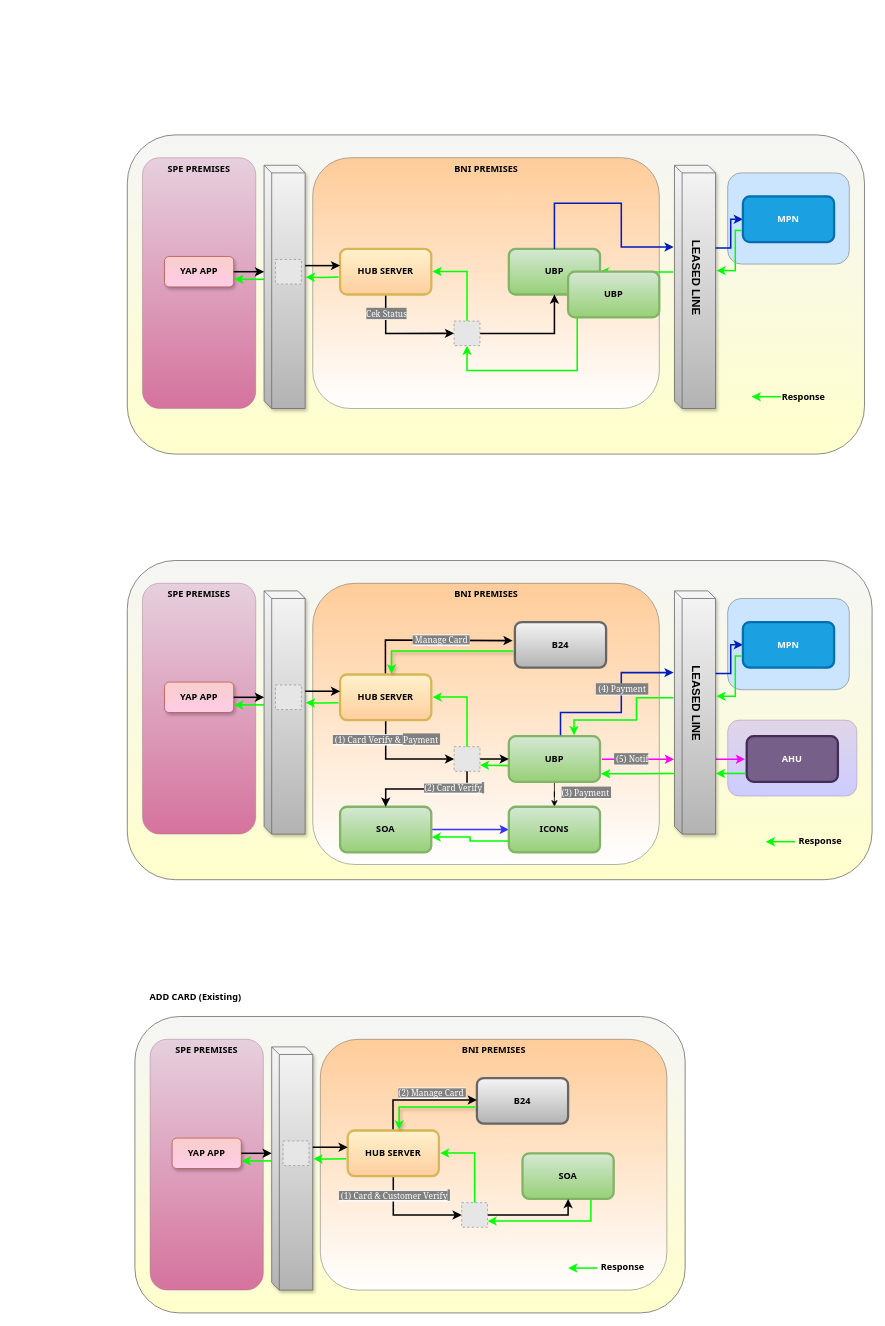
This is page "Page-6" (6 of 6) of Untitled Diagram.drawio from Karindash/Notes, a draw.io file, before an edit. Source tidied: cells renumbered, new cells numbered last; positions are measured from the earlier drawing's top-left corner, leaving out a move shared by most shapes. Both pictures are drawn from the tidied source at 76%, with x=0, y=0 at pixel (13, 13). Pictures stored in the file or linked from it are replaced by grey dashed boxes.
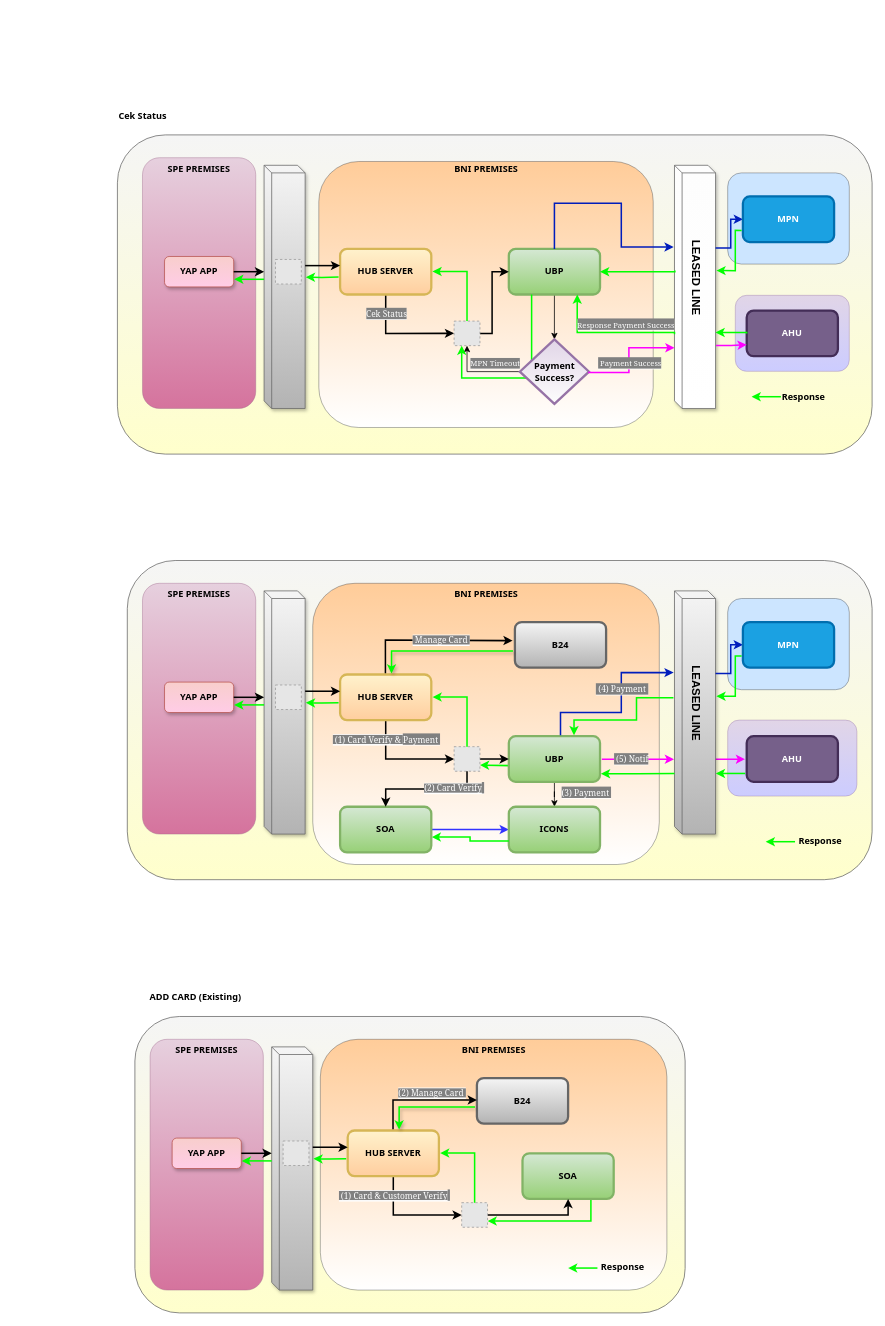
The same diagram, later.

Commit message:
update cek status

Unchanged cells that the change refers to:
```xml
<mxCell id="17" value="&lt;b&gt;&lt;font face=&quot;Tahoma&quot;&gt;UBP&lt;/font&gt;&lt;/b&gt;" style="rounded=1;whiteSpace=wrap;html=1;fillColor=#d5e8d4;gradientColor=#97d077;strokeColor=#82b366;strokeWidth=3;" parent="1" vertex="1">
  <mxGeometry x="652" y="310" width="120" height="60" as="geometry" />
</mxCell>
<mxCell id="20" style="fillColor=#E6E6E6;strokeColor=#999999;dashed=1;verticalLabelPosition=bottom;labelBackgroundColor=#f5f5f5;verticalAlign=top;" parent="1" vertex="1">
  <mxGeometry x="580" y="405" width="34" height="32.3" as="geometry" />
</mxCell>
```

Change to the diagram source:
```diff
@@
     <mxCell id="2" style="rounded=1;whiteSpace=wrap;html=1;fillColor=#f5f5f5;gradientColor=#FFFFCC;strokeColor=#666666;" parent="1" vertex="1">
-      <mxGeometry x="150" y="160" width="970" height="420" as="geometry" />
+      <mxGeometry x="137" y="160" width="993" height="420" as="geometry" />
     </mxCell>
@@
     <mxCell id="4" style="rounded=1;fillColor=#ffcc99;strokeColor=#36393d;strokeWidth=0.5;gradientColor=#FFFFFF;" parent="1" vertex="1">
-      <mxGeometry x="394" y="190" width="456" height="330" as="geometry" />
+      <mxGeometry x="402" y="195" width="440" height="350" as="geometry" />
     </mxCell>
-    <mxCell id="5" style="edgeStyle=orthogonalEdgeStyle;rounded=0;jettySize=auto;html=1;entryX=0.5;entryY=1;entryDx=0;entryDy=0;exitX=0.75;exitY=1;exitDx=0;exitDy=0;strokeWidth=2;strokeColor=#00FF00;" parent="1" edge="1" source="17" target="20">
-      <mxGeometry x="-0.11" relative="1" as="geometry">
-        <Array as="points">
-          <mxPoint x="742" y="470" />
-          <mxPoint x="597" y="470" />
-        </Array>
-      </mxGeometry>
-    </mxCell>
@@
+    <mxCell id="113" style="edgeStyle=orthogonalEdgeStyle;rounded=0;jettySize=auto;html=1;exitX=0.5;exitY=1;exitDx=0;exitDy=0;defaultLabelBackgroundColor=page;" parent="1" edge="1" source="17" target="116">
+      <mxGeometry relative="1" as="geometry" />
+    </mxCell>
@@
     <mxCell id="19" style="edgeStyle=orthogonalEdgeStyle;rounded=0;jettySize=auto;html=1;strokeWidth=2;" parent="1" edge="1" source="20" target="17">
-      <mxGeometry relative="1" as="geometry" />
+      <mxGeometry relative="1" as="geometry">
+        <Array as="points">
+          <mxPoint x="630" y="421.2" />
+          <mxPoint x="630" y="340" />
+        </Array>
+      </mxGeometry>
     </mxCell>
@@
-    <mxCell id="22" style="shape=cube;size=10;whiteSpace=wrap;strokeWidth=1;perimeterSpacing=0;shadow=1;fillColor=#f5f5f5;gradientColor=#b3b3b3;strokeColor=#666666;" parent="1" vertex="1">
+    <mxCell id="22" style="shape=cube;size=10;whiteSpace=wrap;strokeWidth=1;perimeterSpacing=0;shadow=1;fillColor=default;gradientColor=#FDFDFD;strokeColor=#666666;gradientDirection=north;" parent="1" vertex="1">
       <mxGeometry x="870" y="200" width="54" height="320" as="geometry" />
     </mxCell>
@@
-    <mxCell id="27" style="edgeStyle=orthogonalEdgeStyle;rounded=0;jettySize=auto;html=1;exitX=-0.026;exitY=0.439;exitDx=0;exitDy=0;exitPerimeter=0;strokeWidth=2;strokeColor=#00FF00;entryX=1;entryY=0.5;entryDx=0;entryDy=0;" parent="1" edge="1" source="22" target="17">
-      <mxGeometry x="-0.2" relative="1" as="geometry" />
-    </mxCell>
@@
-    <mxCell id="112" value="&lt;b&gt;&lt;font face=&quot;Tahoma&quot;&gt;UBP&lt;/font&gt;&lt;/b&gt;" style="rounded=1;whiteSpace=wrap;html=1;fillColor=#d5e8d4;gradientColor=#97d077;strokeColor=#82b366;strokeWidth=3;" parent="1" vertex="1">
-      <mxGeometry x="730" y="340" width="120" height="60" as="geometry" />
-    </mxCell>
+    <mxCell id="114" style="edgeStyle=orthogonalEdgeStyle;rounded=0;jettySize=auto;html=1;exitX=0;exitY=0.5;exitDx=0;exitDy=0;entryX=0.5;entryY=1;entryDx=0;entryDy=0;defaultLabelBackgroundColor=page;" parent="1" edge="1" source="116" target="20">
+      <mxGeometry relative="1" as="geometry" />
+    </mxCell>
+    <mxCell id="115" style="edgeStyle=orthogonalEdgeStyle;rounded=0;jettySize=auto;html=1;entryX=0.75;entryY=1;entryDx=0;entryDy=0;strokeWidth=2;strokeColor=#00FF00;exitX=0.25;exitY=1;exitDx=0;exitDy=0;" parent="1" edge="1" source="17">
+      <mxGeometry x="-0.84" relative="1" as="geometry">
+        <mxPoint x="590" y="437.3" as="targetPoint" />
+        <Array as="points">
+          <mxPoint x="682" y="480" />
+          <mxPoint x="590" y="480" />
+        </Array>
+      </mxGeometry>
+    </mxCell>
+    <mxCell id="116" value="&lt;b&gt;&lt;font face=&quot;Tahoma&quot;&gt;Payment&lt;/font&gt;&lt;/b&gt;&lt;div&gt;&lt;b&gt;&lt;font face=&quot;Tahoma&quot;&gt;Success?&lt;/font&gt;&lt;/b&gt;&lt;/div&gt;" style="rhombus;whiteSpace=wrap;html=1;shapeInside=1;fillColor=#e1d5e7;strokeColor=#9673a6;strokeWidth=3;gradientColor=#FDFDFD;" parent="1" vertex="1">
+      <mxGeometry x="666.5" y="429" width="91" height="85" as="geometry" />
+    </mxCell>
+    <mxCell id="117" style="edgeStyle=orthogonalEdgeStyle;rounded=0;jettySize=auto;html=1;entryX=1;entryY=0.5;entryDx=0;entryDy=0;strokeWidth=2;strokeColor=#00FF00;exitX=0.009;exitY=0.433;exitDx=0;exitDy=0;exitPerimeter=0;" parent="1" edge="1" source="22" target="17">
+      <mxGeometry x="-0.68" relative="1" as="geometry">
+        <Array as="points">
+          <mxPoint x="870.5" y="340" />
+        </Array>
+      </mxGeometry>
+    </mxCell>
+    <mxCell id="118" style="rounded=1;strokeWidth=0.5;fillColor=#e1d5e7;strokeColor=#9673a6;gradientColor=#CCCCFF;" parent="1" vertex="1">
+      <mxGeometry x="950" y="371.1" width="150" height="100" as="geometry" />
+    </mxCell>
+    <mxCell id="119" value="&lt;b&gt;&lt;font face=&quot;Tahoma&quot;&gt;AHU&lt;/font&gt;&lt;/b&gt;" style="rounded=1;whiteSpace=wrap;html=1;fillColor=#76608a;strokeColor=#432D57;strokeWidth=3;fontColor=#ffffff;" parent="1" vertex="1">
+      <mxGeometry x="965" y="391.2" width="120" height="60" as="geometry" />
+    </mxCell>
+    <mxCell id="120" style="edgeStyle=orthogonalEdgeStyle;rounded=0;jettySize=auto;html=1;exitX=1;exitY=0.5;exitDx=0;exitDy=0;strokeWidth=2;strokeColor=#FF00FF;" parent="1" edge="1" source="116" target="22">
+      <mxGeometry x="-0.14" relative="1" as="geometry">
+        <Array as="points">
+          <mxPoint x="757.5" y="472.5" />
+          <mxPoint x="810" y="472.5" />
+          <mxPoint x="810" y="440" />
+        </Array>
+      </mxGeometry>
+    </mxCell>
+    <mxCell id="121" value="&lt;span style=&quot;color: rgb(255, 255, 255); font-family: Georgia; background-color: rgb(128, 128, 128);&quot;&gt;&lt;font style=&quot;font-size: 10px;&quot;&gt;&amp;nbsp;Payment Success&lt;/font&gt;&lt;/span&gt;" style="edgeLabel;html=1;align=center;verticalAlign=middle;" parent="120" vertex="1">
+      <mxGeometry x="-0.7" y="-1" relative="1" as="geometry">
+        <mxPoint x="32" y="-13" as="offset" />
+      </mxGeometry>
+    </mxCell>
+    <mxCell id="122" value="&lt;font color=&quot;#ffffff&quot; face=&quot;Georgia&quot;&gt;&lt;span style=&quot;font-size: 10px; background-color: rgb(128, 128, 128);&quot;&gt;MPN Timeout&lt;/span&gt;&lt;/font&gt;" style="edgeLabel;html=1;align=center;verticalAlign=middle;" parent="120" vertex="1">
+      <mxGeometry x="-0.7" y="-1" relative="1" as="geometry">
+        <mxPoint x="-145" y="-13" as="offset" />
+      </mxGeometry>
+    </mxCell>
+    <mxCell id="123" style="edgeStyle=orthogonalEdgeStyle;rounded=0;jettySize=auto;html=1;strokeWidth=2;strokeColor=#00FF00;exitX=0;exitY=0.5;exitDx=0;exitDy=0;" parent="1" edge="1" source="119" target="22">
+      <mxGeometry x="0.93" relative="1" as="geometry">
+        <Array as="points">
+          <mxPoint x="965" y="420" />
+        </Array>
+      </mxGeometry>
+    </mxCell>
+    <mxCell id="124" style="edgeStyle=orthogonalEdgeStyle;rounded=0;jettySize=auto;html=1;entryX=0.75;entryY=1;entryDx=0;entryDy=0;strokeWidth=2;strokeColor=#00FF00;exitX=0.019;exitY=0.692;exitDx=0;exitDy=0;exitPerimeter=0;" parent="1" edge="1" source="22" target="17">
+      <mxGeometry x="-0.77" relative="1" as="geometry">
+        <Array as="points">
+          <mxPoint x="870" y="421.4" />
+          <mxPoint x="870" y="420" />
+          <mxPoint x="742" y="420" />
+        </Array>
+      </mxGeometry>
+    </mxCell>
+    <mxCell id="125" value="&lt;span style=&quot;color: rgb(255, 255, 255); font-family: Georgia; background-color: rgb(128, 128, 128);&quot;&gt;&lt;font style=&quot;font-size: 10px;&quot;&gt;Response Payment Success&lt;/font&gt;&lt;/span&gt;" style="edgeLabel;html=1;align=center;verticalAlign=middle;" parent="1" vertex="1">
+      <mxGeometry x="802" y="412" as="geometry">
+        <mxPoint x="3" y="-3" as="offset" />
+      </mxGeometry>
+    </mxCell>
+    <mxCell id="126" style="edgeStyle=orthogonalEdgeStyle;rounded=0;jettySize=auto;html=1;exitX=1.012;exitY=0.741;exitDx=0;exitDy=0;strokeWidth=2;strokeColor=#FF00FF;exitPerimeter=0;entryX=0;entryY=0.75;entryDx=0;entryDy=0;" parent="1" edge="1" source="22" target="119">
+      <mxGeometry x="-0.43" relative="1" as="geometry" />
+    </mxCell>
+    <mxCell id="127" value="&lt;b&gt;&lt;font face=&quot;Tahoma&quot;&gt;Cek Status&lt;/font&gt;&lt;/b&gt;" style="text;html=1;whiteSpace=wrap;strokeColor=none;fillColor=none;align=center;verticalAlign=middle;rounded=0;" parent="1" vertex="1">
+      <mxGeometry x="120" y="120" width="101" height="30" as="geometry" />
+    </mxCell>
```
